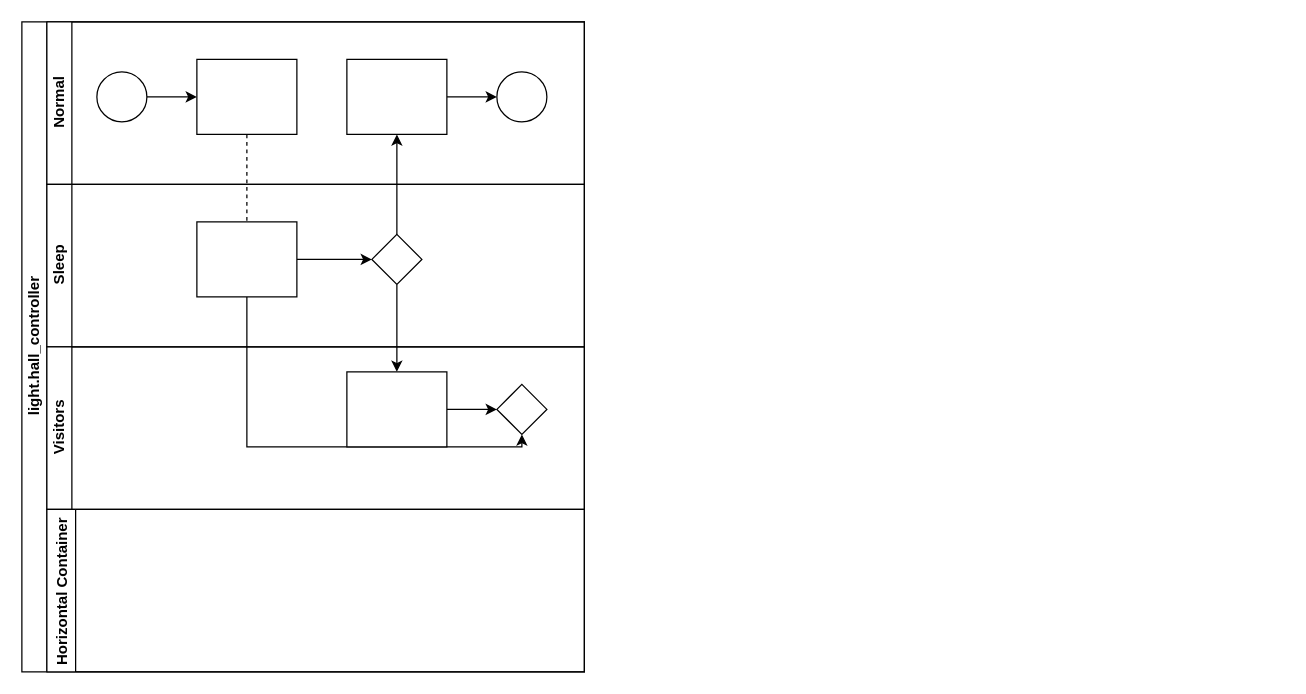
Before: page "Page-1" (1 of 2) of logical_flows/NodeRED_flow.drawio in houdaerttim/dns-hass, a draw.io diagram. Source tidied: cells renumbered, new cells numbered last; positions are measured from the earlier drawing's top-left corner, leaving out a move shared by most shapes. Both pictures are drawn from the tidied source at 125%, with x=0, y=0 at pixel (21, 21).
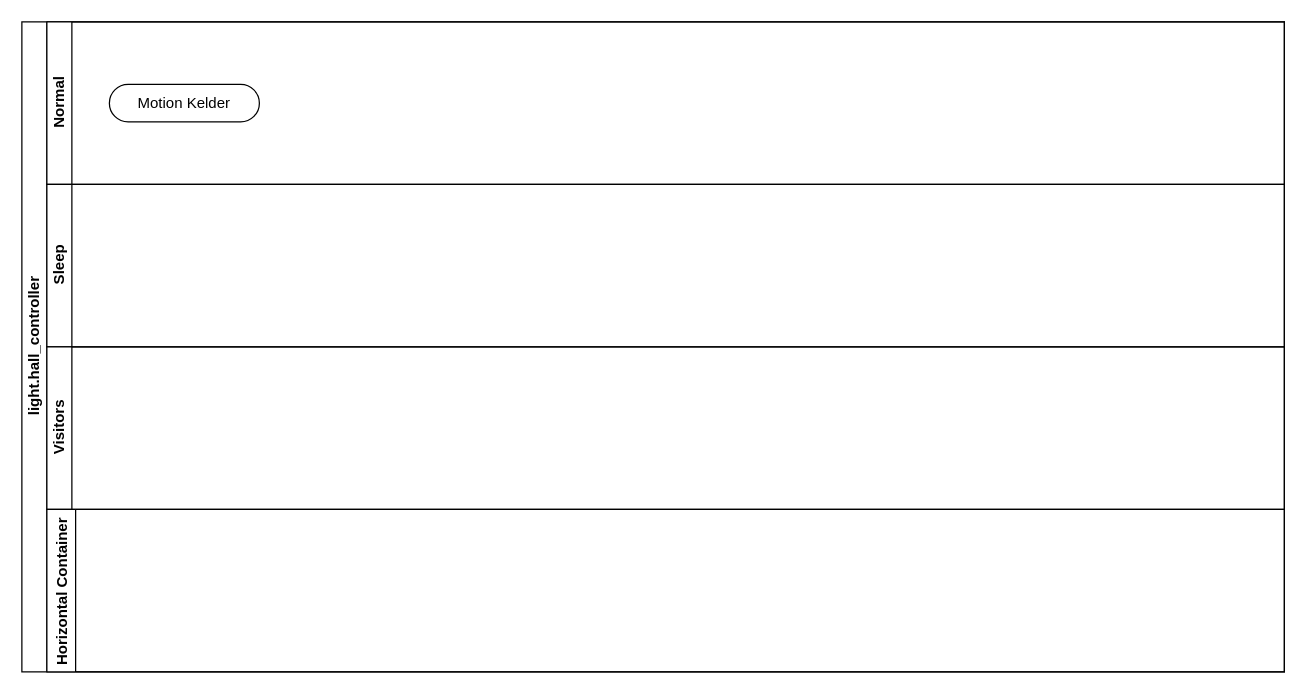
After the change.

The edit, as a diff of the source:
```diff
@@
     <mxCell id="2" value="light.hall_controller" style="swimlane;html=1;horizontal=0;startSize=20;" parent="1" vertex="1">
-      <mxGeometry width="450" height="520" as="geometry" />
+      <mxGeometry width="1010" height="520" as="geometry" />
     </mxCell>
-    <mxCell id="3" style="edgeStyle=orthogonalEdgeStyle;rounded=0;jettySize=auto;html=1;dashed=1;endArrow=none;endFill=0;" parent="2" edge="1" source="10" target="16">
-      <mxGeometry relative="1" as="geometry" />
-    </mxCell>
-    <mxCell id="4" style="edgeStyle=orthogonalEdgeStyle;rounded=0;jettySize=auto;html=1;endArrow=classic;endFill=1;" parent="2" edge="1" source="17" target="12">
-      <mxGeometry relative="1" as="geometry" />
-    </mxCell>
-    <mxCell id="5" style="edgeStyle=orthogonalEdgeStyle;rounded=0;jettySize=auto;html=1;endArrow=classic;endFill=1;" parent="2" edge="1" source="17" target="20">
-      <mxGeometry relative="1" as="geometry" />
-    </mxCell>
-    <mxCell id="6" style="edgeStyle=orthogonalEdgeStyle;rounded=0;jettySize=auto;html=1;endArrow=classic;endFill=1;" parent="2" edge="1" source="16" target="21">
-      <mxGeometry relative="1" as="geometry">
-        <Array as="points">
-          <mxPoint x="180" y="340" />
-          <mxPoint x="400" y="340" />
-        </Array>
-      </mxGeometry>
-    </mxCell>
     <mxCell id="7" value="Normal" style="swimlane;html=1;startSize=20;horizontal=0;" parent="2" vertex="1">
-      <mxGeometry x="20" width="430" height="130" as="geometry" />
+      <mxGeometry x="20" width="990" height="130" as="geometry" />
     </mxCell>
-    <mxCell id="8" style="edgeStyle=orthogonalEdgeStyle;rounded=0;jettySize=auto;html=1;" parent="7" edge="1" source="9" target="10">
-      <mxGeometry relative="1" as="geometry" />
-    </mxCell>
-    <mxCell id="9" style="ellipse;whiteSpace=wrap;html=1;" parent="7" vertex="1">
-      <mxGeometry x="40" y="40" width="40" height="40" as="geometry" />
-    </mxCell>
-    <mxCell id="10" style="rounded=0;whiteSpace=wrap;html=1;fontFamily=Helvetica;fontSize=12;fontColor=#000000;align=center;" parent="7" vertex="1">
-      <mxGeometry x="120" y="30" width="80" height="60" as="geometry" />
-    </mxCell>
-    <mxCell id="11" style="edgeStyle=orthogonalEdgeStyle;rounded=0;jettySize=auto;html=1;endArrow=classic;endFill=1;" parent="7" edge="1" source="12" target="13">
-      <mxGeometry relative="1" as="geometry" />
-    </mxCell>
-    <mxCell id="12" style="rounded=0;whiteSpace=wrap;html=1;fontFamily=Helvetica;fontSize=12;fontColor=#000000;align=center;" parent="7" vertex="1">
-      <mxGeometry x="240" y="30" width="80" height="60" as="geometry" />
-    </mxCell>
-    <mxCell id="13" style="ellipse;whiteSpace=wrap;html=1;" parent="7" vertex="1">
-      <mxGeometry x="360" y="40" width="40" height="40" as="geometry" />
-    </mxCell>
+    <mxCell id="23" value="Motion Kelder" style="rounded=1;whiteSpace=wrap;html=1;arcSize=50;" parent="7" vertex="1">
+      <mxGeometry x="50" y="50" width="120" height="30" as="geometry" />
+    </mxCell>
     <mxCell id="14" value="Sleep" style="swimlane;html=1;startSize=20;horizontal=0;" parent="2" vertex="1">
-      <mxGeometry x="20" y="130" width="430" height="130" as="geometry" />
+      <mxGeometry x="20" y="130" width="990" height="130" as="geometry" />
     </mxCell>
-    <mxCell id="15" style="edgeStyle=orthogonalEdgeStyle;rounded=0;jettySize=auto;html=1;endArrow=classic;endFill=1;" parent="14" edge="1" source="16" target="17">
-      <mxGeometry relative="1" as="geometry" />
-    </mxCell>
-    <mxCell id="16" style="rounded=0;whiteSpace=wrap;html=1;fontFamily=Helvetica;fontSize=12;fontColor=#000000;align=center;" parent="14" vertex="1">
-      <mxGeometry x="120" y="30" width="80" height="60" as="geometry" />
-    </mxCell>
-    <mxCell id="17" style="rhombus;whiteSpace=wrap;html=1;fontFamily=Helvetica;fontSize=12;fontColor=#000000;align=center;" parent="14" vertex="1">
-      <mxGeometry x="260" y="40" width="40" height="40" as="geometry" />
-    </mxCell>
     <mxCell id="18" value="Visitors" style="swimlane;html=1;startSize=20;horizontal=0;" parent="2" vertex="1">
-      <mxGeometry x="20" y="260" width="430" height="130" as="geometry" />
+      <mxGeometry x="20" y="260" width="990" height="130" as="geometry" />
     </mxCell>
-    <mxCell id="19" style="edgeStyle=orthogonalEdgeStyle;rounded=0;jettySize=auto;html=1;endArrow=classic;endFill=1;" parent="18" edge="1" source="20" target="21">
-      <mxGeometry relative="1" as="geometry" />
-    </mxCell>
-    <mxCell id="20" style="rounded=0;whiteSpace=wrap;html=1;fontFamily=Helvetica;fontSize=12;fontColor=#000000;align=center;" parent="18" vertex="1">
-      <mxGeometry x="240" y="20" width="80" height="60" as="geometry" />
-    </mxCell>
-    <mxCell id="21" style="rhombus;whiteSpace=wrap;html=1;fontFamily=Helvetica;fontSize=12;fontColor=#000000;align=center;" parent="18" vertex="1">
-      <mxGeometry x="360" y="30" width="40" height="40" as="geometry" />
-    </mxCell>
     <mxCell id="22" value="Horizontal Container" style="swimlane;horizontal=0;" parent="2" vertex="1">
-      <mxGeometry x="20" y="390" width="430" height="130" as="geometry" />
+      <mxGeometry x="20" y="390" width="990" height="130" as="geometry" />
     </mxCell>
```
